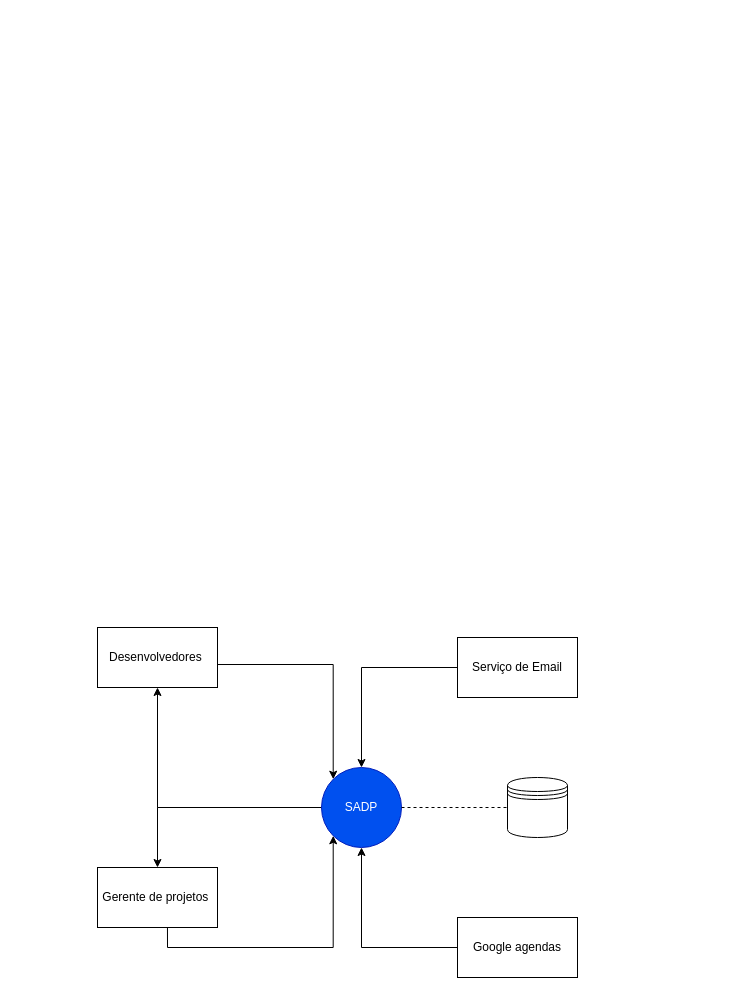
Before: Questões/Diagrama sem nome.drawio in FlavioCandidoSilva/2020_1_POO, a draw.io diagram. Source tidied: cells renumbered, new cells numbered last; positions are measured from the earlier drawing's top-left corner, leaving out a move shared by most shapes. Both pictures are drawn from the tidied source at 100%, with x=0, y=0 at pixel (97, 627).
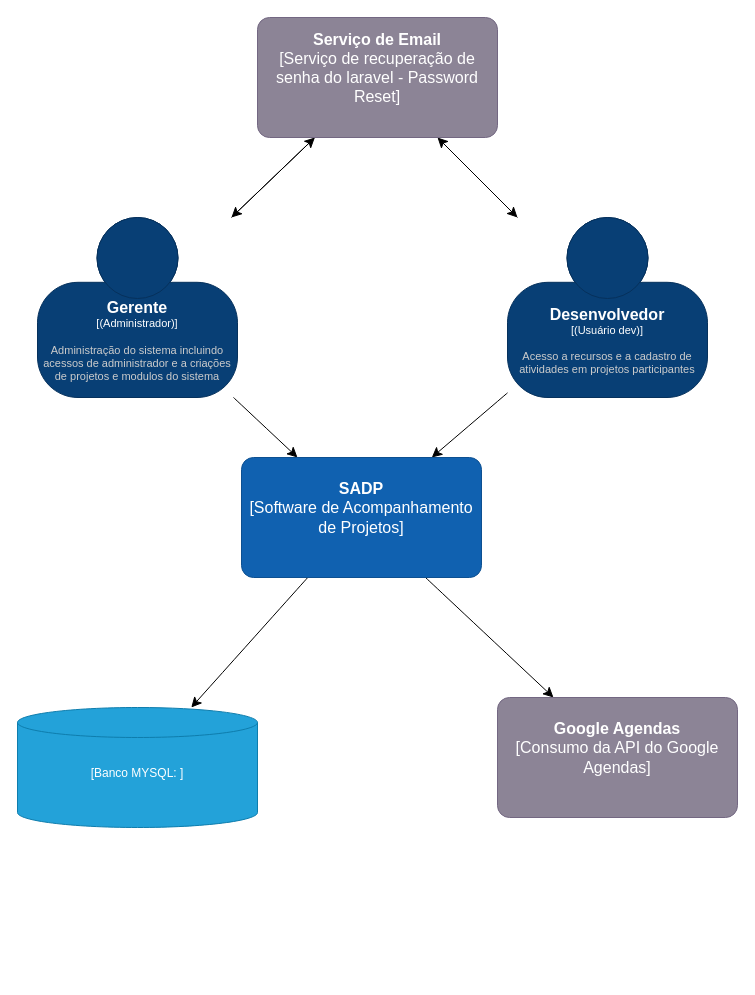
The same page after the edit.

What changed in the source:
```diff
@@
 <mxGraphModel>
   <root>
     <mxCell id="0" />
     <mxCell id="1" parent="0" />
-    <mxCell id="2" style="edgeStyle=orthogonalEdgeStyle;rounded=0;jettySize=auto;html=1;entryX=0.5;entryY=1;entryDx=0;entryDy=0;" parent="1" edge="1" source="4" target="12">
-      <mxGeometry relative="1" as="geometry" />
-    </mxCell>
-    <mxCell id="3" style="edgeStyle=orthogonalEdgeStyle;rounded=0;jettySize=auto;html=1;" parent="1" edge="1" source="4" target="14">
-      <mxGeometry relative="1" as="geometry" />
-    </mxCell>
-    <mxCell id="4" value="SADP" style="ellipse;whiteSpace=wrap;html=1;fillColor=#0050ef;fontColor=#ffffff;strokeColor=#001DBC;" parent="1" vertex="1">
-      <mxGeometry x="224" y="140" width="80" height="80" as="geometry" />
-    </mxCell>
-    <mxCell id="5" style="edgeStyle=orthogonalEdgeStyle;rounded=0;jettySize=auto;html=1;" parent="1" edge="1" source="6" target="4">
-      <mxGeometry relative="1" as="geometry" />
-    </mxCell>
-    <mxCell id="6" value="Google agendas&lt;br&gt;" style="rounded=0;whiteSpace=wrap;html=1;" parent="1" vertex="1">
-      <mxGeometry x="360" y="290" width="120" height="60" as="geometry" />
-    </mxCell>
-    <mxCell id="7" style="shape=datastore;whiteSpace=wrap;html=1;" parent="1" vertex="1">
-      <mxGeometry x="410" y="150" width="60" height="60" as="geometry" />
-    </mxCell>
-    <mxCell id="8" style="endArrow=none;dashed=1;html=1;rounded=0;exitX=1;exitY=0.5;exitDx=0;exitDy=0;entryX=0;entryY=0.5;entryDx=0;entryDy=0;" parent="1" edge="1" source="4" target="7">
-      <mxGeometry relative="1" as="geometry" />
-    </mxCell>
-    <mxCell id="9" style="edgeStyle=orthogonalEdgeStyle;rounded=0;jettySize=auto;html=1;" parent="1" edge="1" source="10" target="4">
-      <mxGeometry relative="1" as="geometry" />
-    </mxCell>
-    <mxCell id="10" value="Serviço de Email" style="rounded=0;whiteSpace=wrap;html=1;" parent="1" vertex="1">
-      <mxGeometry x="360" y="10" width="120" height="60" as="geometry" />
-    </mxCell>
-    <mxCell id="11" style="edgeStyle=orthogonalEdgeStyle;rounded=0;jettySize=auto;html=1;entryX=0;entryY=0;entryDx=0;entryDy=0;exitX=0.992;exitY=0.617;exitDx=0;exitDy=0;exitPerimeter=0;" parent="1" edge="1" source="12" target="4">
-      <mxGeometry relative="1" as="geometry" />
-    </mxCell>
-    <mxCell id="12" value="Desenvolvedores&amp;nbsp;" style="rounded=0;whiteSpace=wrap;html=1;" parent="1" vertex="1">
-      <mxGeometry width="120" height="60" as="geometry" />
-    </mxCell>
-    <mxCell id="13" style="edgeStyle=orthogonalEdgeStyle;rounded=0;jettySize=auto;html=1;entryX=0;entryY=1;entryDx=0;entryDy=0;exitX=0.583;exitY=0.983;exitDx=0;exitDy=0;exitPerimeter=0;" parent="1" edge="1" source="14" target="4">
-      <mxGeometry relative="1" as="geometry" />
-    </mxCell>
-    <mxCell id="14" value="Gerente de projetos&amp;nbsp;" style="rounded=0;whiteSpace=wrap;html=1;" parent="1" vertex="1">
-      <mxGeometry y="240" width="120" height="60" as="geometry" />
-    </mxCell>
+    <mxCell id="15" style="edgeStyle=none;curved=1;rounded=0;jettySize=auto;html=1;fontSize=12;startSize=8;endSize=8;" parent="1" edge="1" source="17" target="23">
+      <mxGeometry relative="1" as="geometry" />
+    </mxCell>
+    <mxCell id="16" style="edgeStyle=none;curved=1;rounded=0;jettySize=auto;html=1;fontSize=12;startSize=8;endSize=8;" parent="1" edge="1" source="17" target="28">
+      <mxGeometry relative="1" as="geometry" />
+    </mxCell>
+    <object id="17" label="&lt;font style=&quot;font-size: 16px&quot;&gt;&lt;b&gt;%c4Name%&lt;/b&gt;&lt;/font&gt;&lt;div&gt;[%c4Type%]&lt;/div&gt;&lt;br&gt;&lt;div&gt;&lt;font style=&quot;font-size: 11px&quot;&gt;&lt;font color=&quot;#cccccc&quot;&gt;%c4Description%&lt;/font&gt;&lt;/div&gt;" c4Description="Administração do sistema incluindo acessos de administrador e a criações de projetos e modulos do sistema " c4Name="Gerente " c4Type="(Administrador)" placeholders="1">
+      <mxCell style="html=1;fontSize=11;dashed=0;whiteSpace=wrap;fillColor=#083F75;strokeColor=#06315C;fontColor=#ffffff;shape=mxgraph.c4.person2;align=center;points=[[0.5,0,0],[1,0.5,0],[1,0.75,0],[0.75,1,0],[0.5,1,0],[0.25,1,0],[0,0.75,0],[0,0.5,0]];" parent="1" vertex="1">
+        <mxGeometry x="-60" y="-410" width="200" height="180" as="geometry" />
+      </mxCell>
+    </object>
+    <mxCell id="18" style="edgeStyle=none;curved=1;rounded=0;jettySize=auto;html=1;fontSize=12;startSize=8;endSize=8;" parent="1" edge="1" source="20" target="23">
+      <mxGeometry relative="1" as="geometry" />
+    </mxCell>
+    <mxCell id="19" style="edgeStyle=none;curved=1;rounded=0;jettySize=auto;html=1;entryX=0.75;entryY=1;entryDx=0;entryDy=0;entryPerimeter=0;fontSize=12;startSize=8;endSize=8;" parent="1" edge="1" source="20" target="28">
+      <mxGeometry relative="1" as="geometry" />
+    </mxCell>
+    <object id="20" label="&lt;font style=&quot;font-size: 16px&quot;&gt;&lt;b&gt;%c4Name%&lt;/b&gt;&lt;/font&gt;&lt;div&gt;[%c4Type%]&lt;/div&gt;&lt;br&gt;&lt;div&gt;&lt;font style=&quot;font-size: 11px&quot;&gt;&lt;font color=&quot;#cccccc&quot;&gt;%c4Description%&lt;/font&gt;&lt;/div&gt;" c4Description="Acesso a recursos e a cadastro de atividades em projetos participantes " c4Name="Desenvolvedor " c4Type="(Usuário dev)" placeholders="1">
+      <mxCell style="html=1;fontSize=11;dashed=0;whiteSpace=wrap;fillColor=#083F75;strokeColor=#06315C;fontColor=#ffffff;shape=mxgraph.c4.person2;align=center;points=[[0.5,0,0],[1,0.5,0],[1,0.75,0],[0.75,1,0],[0.5,1,0],[0.25,1,0],[0,0.75,0],[0,0.5,0]];" parent="1" vertex="1">
+        <mxGeometry x="410" y="-410" width="200" height="180" as="geometry" />
+      </mxCell>
+    </object>
+    <mxCell id="21" style="edgeStyle=none;curved=1;rounded=0;jettySize=auto;html=1;fontSize=12;startSize=8;endSize=8;" parent="1" edge="1" source="23" target="24">
+      <mxGeometry relative="1" as="geometry" />
+    </mxCell>
+    <mxCell id="22" style="edgeStyle=none;curved=1;rounded=0;jettySize=auto;html=1;fontSize=12;startSize=8;endSize=8;" parent="1" edge="1" source="23" target="25">
+      <mxGeometry relative="1" as="geometry" />
+    </mxCell>
+    <object id="23" label="&lt;font style=&quot;font-size: 16px&quot;&gt;&lt;b&gt;%c4Name%&lt;/b&gt;&lt;/font&gt;&lt;div&gt;[%c4Type%]&lt;/div&gt;&lt;br&gt;&lt;div&gt;&lt;font style=&quot;font-size: 11px&quot;&gt;&lt;font color=&quot;#cccccc&quot;&gt;%c4Description%&lt;/font&gt;&lt;/div&gt;" c4Description="" c4Name="SADP" c4Type="Software de Acompanhamento de Projetos" placeholders="1">
+      <mxCell style="rounded=1;whiteSpace=wrap;html=1;labelBackgroundColor=none;fillColor=#1061B0;fontColor=#ffffff;align=center;arcSize=10;strokeColor=#0D5091;points=[[0.25,0,0],[0.5,0,0],[0.75,0,0],[1,0.25,0],[1,0.5,0],[1,0.75,0],[0.75,1,0],[0.5,1,0],[0.25,1,0],[0,0.75,0],[0,0.5,0],[0,0.25,0]];fontSize=16;" parent="1" vertex="1">
+        <mxGeometry x="144" y="-170" width="240" height="120" as="geometry" />
+      </mxCell>
+    </object>
+    <object id="24" label="&lt;font style=&quot;font-size: 16px&quot;&gt;&lt;b&gt;%c4Type%&lt;/b&gt;&lt;/font&gt;&lt;div&gt;[%c4Container%:&amp;nbsp;%c4Technology%]&lt;/div&gt;&lt;br&gt;&lt;div&gt;&lt;font style=&quot;font-size: 11px&quot;&gt;&lt;font color=&quot;#E6E6E6&quot;&gt;%c4Description%&lt;/font&gt;&lt;/div&gt;" c4Container="Banco MYSQL" c4Description="" c4Technology="" c4Type="" placeholders="1">
+      <mxCell style="shape=cylinder3;size=15;whiteSpace=wrap;html=1;boundedLbl=1;rounded=0;labelBackgroundColor=none;fillColor=#23A2D9;fontSize=12;fontColor=#ffffff;align=center;strokeColor=#0E7DAD;points=[[0.5,0,0],[1,0.25,0],[1,0.5,0],[1,0.75,0],[0.5,1,0],[0,0.75,0],[0,0.5,0],[0,0.25,0]];" parent="1" vertex="1">
+        <mxGeometry x="-80" y="80" width="240" height="120" as="geometry" />
+      </mxCell>
+    </object>
+    <object id="25" label="&lt;font style=&quot;font-size: 16px&quot;&gt;&lt;b&gt;%c4Name%&lt;/b&gt;&lt;/font&gt;&lt;div&gt;[%c4Type%]&lt;/div&gt;&lt;br&gt;&lt;div&gt;&lt;font style=&quot;font-size: 11px&quot;&gt;&lt;font color=&quot;#cccccc&quot;&gt;%c4Description%&lt;/font&gt;&lt;/div&gt;" c4Description="" c4Name="Google Agendas" c4Type="Consumo da API do Google Agendas" placeholders="1">
+      <mxCell style="rounded=1;whiteSpace=wrap;html=1;labelBackgroundColor=none;fillColor=#8C8496;fontColor=#ffffff;align=center;arcSize=10;strokeColor=#736782;points=[[0.25,0,0],[0.5,0,0],[0.75,0,0],[1,0.25,0],[1,0.5,0],[1,0.75,0],[0.75,1,0],[0.5,1,0],[0.25,1,0],[0,0.75,0],[0,0.5,0],[0,0.25,0]];fontSize=16;" parent="1" vertex="1">
+        <mxGeometry x="400" y="70" width="240" height="120" as="geometry" />
+      </mxCell>
+    </object>
+    <mxCell id="26" style="edgeStyle=none;curved=1;rounded=0;jettySize=auto;html=1;fontSize=12;startSize=8;endSize=8;" parent="1" edge="1" source="28" target="17">
+      <mxGeometry relative="1" as="geometry" />
+    </mxCell>
+    <mxCell id="27" style="edgeStyle=none;curved=1;rounded=0;jettySize=auto;html=1;fontSize=12;startSize=8;endSize=8;" parent="1" edge="1" source="28" target="20">
+      <mxGeometry relative="1" as="geometry" />
+    </mxCell>
+    <object id="28" label="&lt;font style=&quot;font-size: 16px&quot;&gt;&lt;b&gt;%c4Name%&lt;/b&gt;&lt;/font&gt;&lt;div&gt;[%c4Type%]&lt;/div&gt;&lt;br&gt;&lt;div&gt;&lt;font style=&quot;font-size: 11px&quot;&gt;&lt;font color=&quot;#cccccc&quot;&gt;%c4Description%&lt;/font&gt;&lt;/div&gt;" c4Description="" c4Name="Serviço de Email" c4Type="Serviço de recuperação de senha do laravel - Password Reset" placeholders="1">
+      <mxCell style="rounded=1;whiteSpace=wrap;html=1;labelBackgroundColor=none;fillColor=#8C8496;fontColor=#ffffff;align=center;arcSize=10;strokeColor=#736782;points=[[0.25,0,0],[0.5,0,0],[0.75,0,0],[1,0.25,0],[1,0.5,0],[1,0.75,0],[0.75,1,0],[0.5,1,0],[0.25,1,0],[0,0.75,0],[0,0.5,0],[0,0.25,0]];fontSize=16;" parent="1" vertex="1">
+        <mxGeometry x="160" y="-610" width="240" height="120" as="geometry" />
+      </mxCell>
+    </object>
   </root>
 </mxGraphModel>
```
